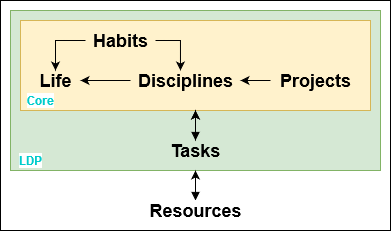
The draw.io diagram 600 Resources/Habits, Life, Disciplines, Projects.drawio.png in uwidev/life-disciplines-projects, before a commit. Source tidied: cells renumbered, new cells last; positions are measured from the earlier drawing's top-left corner, leaving out a move shared by most shapes.
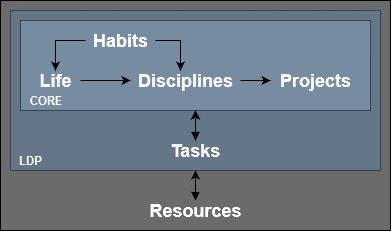
After the change.

Commit message:
Spelling, QOL formatting, adjust diagram

Diff of the diagram source:
```diff
@@ -2,13 +2,13 @@
   <root>
     <mxCell id="0" />
     <mxCell id="1" parent="0" />
-    <mxCell id="2" style="rounded=0;whiteSpace=wrap;html=1;labelBackgroundColor=default;labelBorderColor=none;fontColor=#00CCCC;" parent="1" vertex="1">
-      <mxGeometry width="390" height="230" as="geometry" />
-    </mxCell>
+    <mxCell id="20" style="rounded=0;whiteSpace=wrap;html=1;fillColor=#6B6B6B;" parent="1" vertex="1">
+      <mxGeometry width="390" height="230" as="geometry" />
+    </mxCell>
-    <mxCell id="3" style="whiteSpace=wrap;html=1;fillColor=#d5e8d4;strokeColor=#82b366;" parent="1" vertex="1">
+    <mxCell id="3" style="whiteSpace=wrap;html=1;fillColor=#647687;strokeColor=#314354;fontColor=#ffffff;" parent="1" vertex="1">
       <mxGeometry x="10" y="10" width="370" height="160" as="geometry" />
     </mxCell>
-    <mxCell id="4" style="whiteSpace=wrap;html=1;fillColor=#fff2cc;strokeColor=#d6b656;" parent="1" vertex="1">
+    <mxCell id="4" style="whiteSpace=wrap;html=1;fillColor=#778CA1;strokeColor=#314354;fontColor=#ffffff;" parent="1" vertex="1">
       <mxGeometry x="20" y="20" width="350" height="90" as="geometry" />
     </mxCell>
     <mxCell id="5" style="edgeStyle=orthogonalEdgeStyle;rounded=0;jettySize=auto;html=1;" parent="1" edge="1" source="7" target="4">
@@ -17,10 +17,10 @@
     <mxCell id="6" style="edgeStyle=orthogonalEdgeStyle;rounded=0;jumpStyle=none;jettySize=auto;html=1;startArrow=block;startFill=1;elbow=vertical;" parent="1" edge="1" source="7" target="4">
       <mxGeometry relative="1" as="geometry" />
     </mxCell>
-    <mxCell id="7" value="&lt;div style=&quot;font-size: 18px&quot;&gt;&lt;font style=&quot;font-size: 18px&quot;&gt;Tasks&lt;/font&gt;&lt;/div&gt;" style="text;html=1;align=center;verticalAlign=middle;points=[];strokeColor=none;fillColor=none;fontStyle=1;" parent="1" vertex="1">
+    <mxCell id="7" value="&lt;div style=&quot;font-size: 18px&quot;&gt;&lt;font style=&quot;font-size: 18px&quot;&gt;Tasks&lt;/font&gt;&lt;/div&gt;" style="text;html=1;align=center;verticalAlign=middle;points=[];strokeColor=none;fillColor=none;fontStyle=1;fontColor=#FFFAFA;" parent="1" vertex="1">
       <mxGeometry x="160" y="140" width="70" height="20" as="geometry" />
     </mxCell>
-    <mxCell id="8" value="&lt;div style=&quot;font-size: 18px&quot;&gt;&lt;font style=&quot;font-size: 18px&quot;&gt;Projects&lt;/font&gt;&lt;/div&gt;" style="text;html=1;align=center;verticalAlign=middle;points=[];strokeColor=none;fillColor=none;fontStyle=1;" parent="1" vertex="1">
+    <mxCell id="8" value="&lt;div style=&quot;font-size: 18px&quot;&gt;&lt;font style=&quot;font-size: 18px&quot;&gt;Projects&lt;/font&gt;&lt;/div&gt;" style="text;html=1;align=center;verticalAlign=middle;points=[];strokeColor=none;fillColor=none;fontStyle=1;fontColor=#FFFAFA;" parent="1" vertex="1">
       <mxGeometry x="270" y="70" width="90" height="20" as="geometry" />
     </mxCell>
     <mxCell id="9" style="edgeStyle=orthogonalEdgeStyle;rounded=0;jettySize=auto;html=1;" parent="1" edge="1" source="11" target="15">
@@ -37,32 +37,32 @@
         </Array>
       </mxGeometry>
     </mxCell>
-    <mxCell id="11" value="&lt;div&gt;&lt;font style=&quot;font-size: 18px&quot;&gt;Habits&lt;/font&gt;&lt;/div&gt;" style="text;html=1;align=center;verticalAlign=middle;points=[];strokeColor=none;fillColor=none;fontStyle=1;" parent="1" vertex="1">
+    <mxCell id="11" value="&lt;div&gt;&lt;font style=&quot;font-size: 18px&quot;&gt;Habits&lt;/font&gt;&lt;/div&gt;" style="text;html=1;align=center;verticalAlign=middle;points=[];strokeColor=none;fillColor=none;fontStyle=1;fontColor=#FFFFFF;" parent="1" vertex="1">
       <mxGeometry x="85" y="30" width="70" height="20" as="geometry" />
     </mxCell>
-    <mxCell id="12" style="edgeStyle=orthogonalEdgeStyle;rounded=0;jettySize=auto;html=1;" parent="1" edge="1" source="8" target="13">
+    <mxCell id="12" style="edgeStyle=orthogonalEdgeStyle;rounded=0;jettySize=auto;html=1;" parent="1" edge="1" source="13" target="8">
       <mxGeometry relative="1" as="geometry" />
     </mxCell>
-    <mxCell id="13" value="&lt;font style=&quot;font-size: 18px&quot;&gt;Disciplines&lt;/font&gt;" style="text;html=1;align=center;verticalAlign=middle;points=[];strokeColor=none;fillColor=none;fontStyle=1;" parent="1" vertex="1">
+    <mxCell id="13" value="&lt;font style=&quot;font-size: 18px&quot;&gt;Disciplines&lt;/font&gt;" style="text;html=1;align=center;verticalAlign=middle;points=[];strokeColor=none;fillColor=none;fontStyle=1;fontColor=#FFFAFA;" parent="1" vertex="1">
       <mxGeometry x="130" y="70" width="110" height="20" as="geometry" />
     </mxCell>
-    <mxCell id="14" style="edgeStyle=orthogonalEdgeStyle;rounded=0;jettySize=auto;html=1;" parent="1" edge="1" source="13" target="15">
+    <mxCell id="14" style="edgeStyle=orthogonalEdgeStyle;rounded=0;jettySize=auto;html=1;" parent="1" edge="1" source="15" target="13">
       <mxGeometry relative="1" as="geometry" />
     </mxCell>
-    <mxCell id="15" value="&lt;div style=&quot;font-size: 18px&quot;&gt;&lt;font style=&quot;font-size: 18px&quot;&gt;Life&lt;/font&gt;&lt;/div&gt;" style="text;html=1;align=center;verticalAlign=middle;points=[];strokeColor=none;fillColor=none;fontStyle=1;" parent="1" vertex="1">
+    <mxCell id="15" value="&lt;div style=&quot;font-size: 18px&quot;&gt;&lt;font style=&quot;font-size: 18px&quot;&gt;Life&lt;/font&gt;&lt;/div&gt;" style="text;html=1;align=center;verticalAlign=middle;points=[];strokeColor=none;fillColor=none;fontStyle=1;fontColor=#FFFAFA;" parent="1" vertex="1">
       <mxGeometry x="30" y="70" width="50" height="20" as="geometry" />
     </mxCell>
-    <mxCell id="16" style="edgeStyle=orthogonalEdgeStyle;rounded=0;jumpStyle=none;jettySize=auto;html=1;startArrow=block;startFill=1;labelBorderColor=none;shadow=0;sketch=0;" parent="1" edge="1" source="17" target="3">
+    <mxCell id="16" style="edgeStyle=orthogonalEdgeStyle;rounded=0;jumpStyle=none;jettySize=auto;html=1;startArrow=block;startFill=1;" parent="1" edge="1" source="17" target="3">
       <mxGeometry relative="1" as="geometry" />
     </mxCell>
-    <mxCell id="17" value="&lt;div style=&quot;font-size: 18px&quot;&gt;&lt;font style=&quot;font-size: 18px&quot;&gt;Resources&lt;/font&gt;&lt;/div&gt;" style="text;html=1;align=center;verticalAlign=middle;points=[];strokeColor=none;fillColor=none;fontStyle=1;labelBorderColor=none;labelBackgroundColor=default;" parent="1" vertex="1">
+    <mxCell id="17" value="&lt;div style=&quot;font-size: 18px&quot;&gt;&lt;font style=&quot;font-size: 18px&quot;&gt;Resources&lt;/font&gt;&lt;/div&gt;" style="text;html=1;align=center;verticalAlign=middle;points=[];strokeColor=none;fillColor=none;fontStyle=1;labelBorderColor=none;labelBackgroundColor=#6B6B6B;fontColor=#FFFFFF;spacing=2;" parent="1" vertex="1">
       <mxGeometry x="140" y="200" width="110" height="20" as="geometry" />
     </mxCell>
-    <mxCell id="18" value="&lt;div&gt;LDP&lt;/div&gt;" style="text;html=1;align=center;verticalAlign=middle;strokeColor=none;fillColor=none;fontStyle=1;fontColor=#00CCCC;labelBackgroundColor=default;" parent="1" vertex="1">
+    <mxCell id="18" value="LDP" style="text;html=1;align=center;verticalAlign=middle;strokeColor=none;fillColor=none;fontStyle=1;fontColor=#FFFAFA;labelBackgroundColor=none;fontFamily=Helvetica;horizontal=1;" parent="1" vertex="1">
       <mxGeometry x="10" y="150" width="40" height="20" as="geometry" />
     </mxCell>
-    <mxCell id="19" value="Core" style="text;html=1;align=center;verticalAlign=middle;strokeColor=none;fillColor=none;fontStyle=1;fontColor=#00CCCC;labelBackgroundColor=default;labelBorderColor=none;" parent="1" vertex="1">
-      <mxGeometry x="20" y="90" width="40" height="20" as="geometry" />
+    <mxCell id="19" value="CORE" style="text;html=1;align=center;verticalAlign=middle;strokeColor=none;fillColor=none;fontStyle=1;fontColor=#FFFAFA;labelBackgroundColor=none;labelBorderColor=none;fontFamily=Helvetica;horizontal=1;" parent="1" vertex="1">
+      <mxGeometry x="20" y="90" width="50" height="20" as="geometry" />
     </mxCell>
   </root>
 </mxGraphModel>
```
